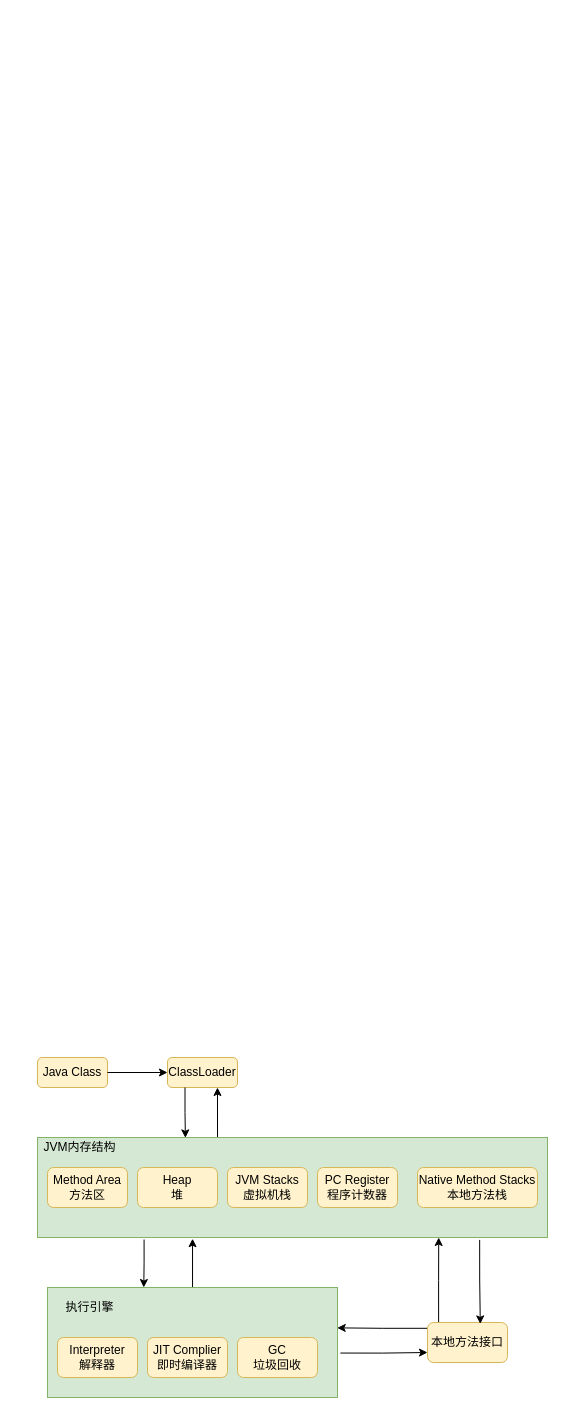
The draw.io diagram 未命名绘图.drawio in kingtanglei/draw, before the edit. Source tidied: cells renumbered, new cells numbered last; positions are measured from the earlier drawing's top-left corner, leaving out a move shared by most shapes. Both pictures are drawn from the tidied source at 100%, with x=0, y=0 at pixel (37, 1057).
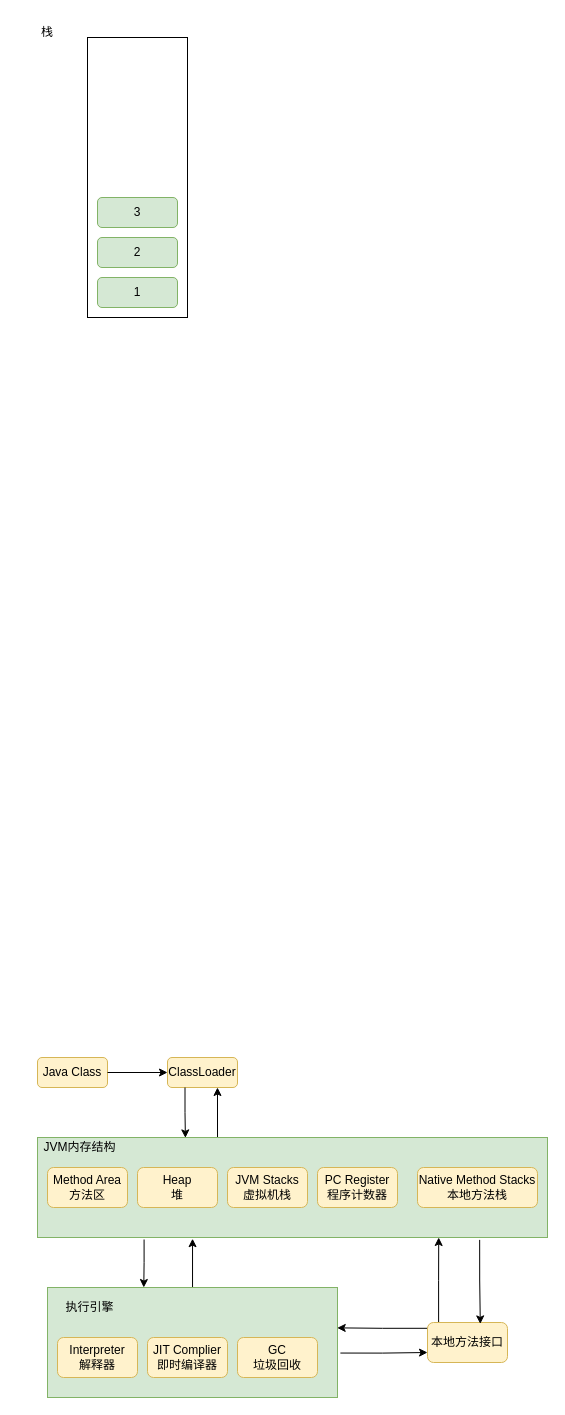
Above is the later version.

The edit, as a diff of the source:
```diff
@@
+    <mxCell id="27" style="rounded=0;whiteSpace=wrap;html=1;fontSize=12;" parent="1" vertex="1">
+      <mxGeometry x="50" y="-1020" width="100" height="280" as="geometry" />
+    </mxCell>
+    <mxCell id="28" value="栈" style="text;html=1;strokeColor=none;fillColor=none;align=center;verticalAlign=middle;whiteSpace=wrap;rounded=0;fontSize=12;" parent="1" vertex="1">
+      <mxGeometry x="-20" y="-1040" width="60" height="30" as="geometry" />
+    </mxCell>
+    <mxCell id="29" value="1" style="rounded=1;whiteSpace=wrap;html=1;fontSize=12;fillColor=#d5e8d4;strokeColor=#82b366;" parent="1" vertex="1">
+      <mxGeometry x="60" y="-780" width="80" height="30" as="geometry" />
+    </mxCell>
+    <mxCell id="30" value="2" style="rounded=1;whiteSpace=wrap;html=1;fontSize=12;fillColor=#d5e8d4;strokeColor=#82b366;" parent="1" vertex="1">
+      <mxGeometry x="60" y="-820" width="80" height="30" as="geometry" />
+    </mxCell>
+    <mxCell id="31" value="3" style="rounded=1;whiteSpace=wrap;html=1;fontSize=12;fillColor=#d5e8d4;strokeColor=#82b366;" parent="1" vertex="1">
+      <mxGeometry x="60" y="-860" width="80" height="30" as="geometry" />
+    </mxCell>
```
